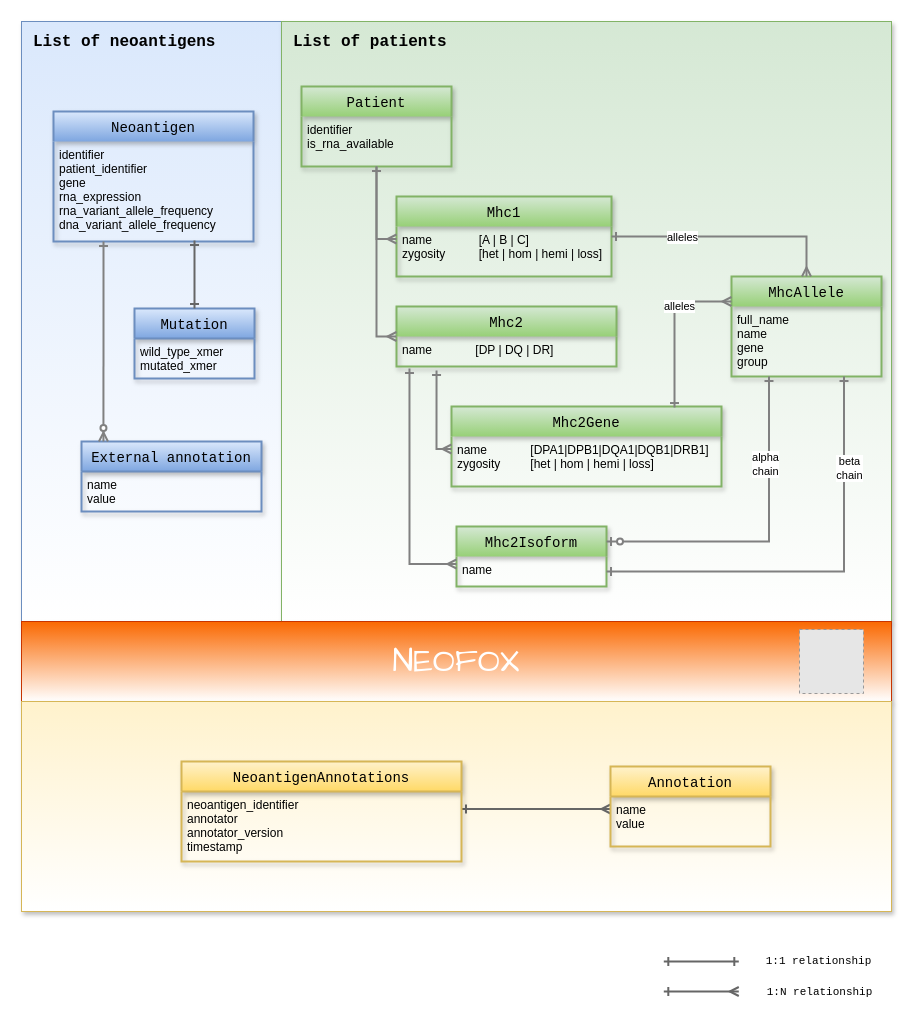
The draw.io diagram docs/figures/neofox_model.drawio in TRON-Bioinformatics/neofox, before the edit. Source tidied: cells renumbered, new cells numbered last; positions are measured from the earlier drawing's top-left corner, leaving out a move shared by most shapes. Both pictures are drawn from the tidied source at 100%, with x=0, y=0 at pixel (21, 21). Pictures stored in the file or linked from it are replaced by grey dashed boxes.
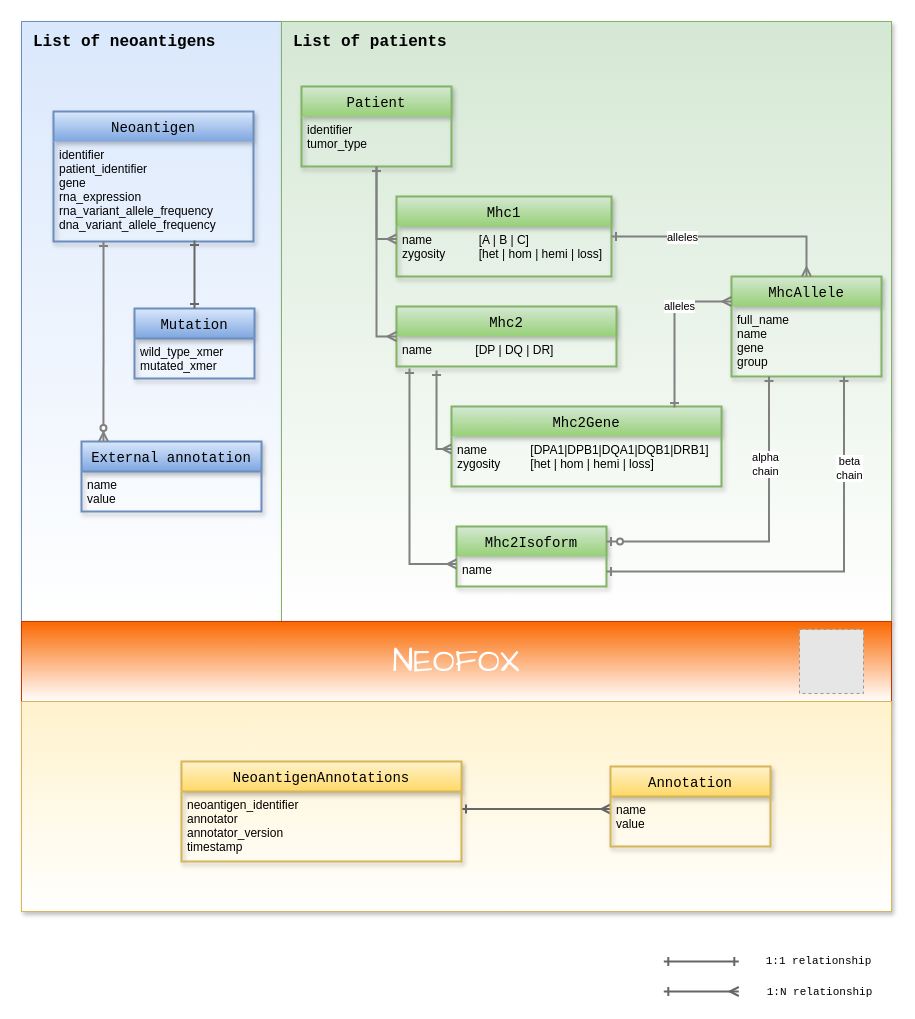
The same diagram, later.

Unchanged cells that the change refers to:
```xml
<mxCell id="25" value="Patient" style="swimlane;horizontal=1;startSize=30;rounded=0;fontSize=14;fontStyle=0;strokeWidth=2;shadow=1;dashed=0;align=center;fontFamily=Courier New;gradientColor=#97d077;fillColor=#d5e8d4;strokeColor=#82b366;sketch=0;swimlaneLine=0;glass=0;" parent="1" vertex="1">
  <mxGeometry x="280" y="65" width="150" height="80" as="geometry" />
</mxCell>
```

What changed in the source:
```diff
@@
-    <mxCell id="26" value="identifier&#10;is_rna_available&#10;" style="align=left;strokeColor=none;fillColor=none;spacingLeft=4;fontSize=12;verticalAlign=top;" parent="25" vertex="1">
+    <mxCell id="26" value="identifier&#10;tumor_type&#10;" style="align=left;strokeColor=none;fillColor=none;spacingLeft=4;fontSize=12;verticalAlign=top;" parent="25" vertex="1">
       <mxGeometry y="30" width="150" height="50" as="geometry" />
     </mxCell>
```
